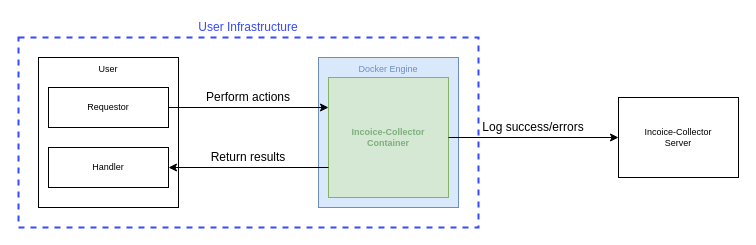
The draw.io diagram docs/docs/sequence_diagram/infra.drawio in invoice-collector/website, before the edit. Source tidied: cells renumbered, new cells numbered last; positions are measured from the earlier drawing's top-left corner, leaving out a move shared by most shapes. Both pictures are drawn from the tidied source at 100%, with x=0, y=0 at pixel (18, 17).
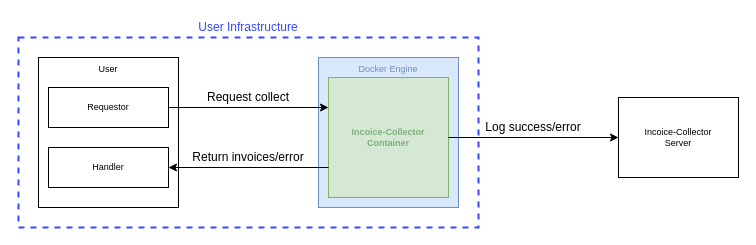
The same page after the edit.

The edit, as a diff of the source:
```diff
@@
 <mxGraphModel>
   <root>
     <mxCell id="0" />
     <mxCell id="1" parent="0" />
     <mxCell id="2" style="whiteSpace=wrap;html=1;fillColor=none;strokeColor=#364AFF;rounded=0;arcSize=8;dashed=1;strokeWidth=2;" parent="1" vertex="1">
       <mxGeometry y="20" width="460" height="190" as="geometry" />
     </mxCell>
     <mxCell id="3" value="User" style="rounded=0;whiteSpace=wrap;html=1;fontSize=9;verticalAlign=top;" parent="1" vertex="1">
       <mxGeometry x="20" y="40" width="140" height="150" as="geometry" />
     </mxCell>
     <mxCell id="4" value="&lt;font style=&quot;&quot; color=&quot;#6c8ebf&quot;&gt;Docker Engine&lt;/font&gt;" style="rounded=0;whiteSpace=wrap;html=1;fontSize=9;fillColor=#dae8fc;strokeColor=#6c8ebf;verticalAlign=top;" parent="1" vertex="1">
       <mxGeometry x="300" y="40" width="140" height="150" as="geometry" />
     </mxCell>
     <mxCell id="5" value="Requestor" style="rounded=0;whiteSpace=wrap;html=1;fontSize=9;" parent="1" vertex="1">
       <mxGeometry x="30" y="70" width="120" height="40" as="geometry" />
     </mxCell>
     <mxCell id="6" value="&lt;font color=&quot;#7db07b&quot;&gt;&lt;b&gt;Incoice-Collector&lt;br style=&quot;border-color: var(--border-color);&quot;&gt;Container&lt;/b&gt;&lt;/font&gt;" style="rounded=0;whiteSpace=wrap;html=1;fontSize=9;fillColor=#d5e8d4;strokeColor=#82b366;verticalAlign=middle;" parent="1" vertex="1">
       <mxGeometry x="310" y="60" width="120" height="120" as="geometry" />
     </mxCell>
     <mxCell id="7" value="Incoice-Collector&lt;br style=&quot;font-size: 9px;&quot;&gt;Server" style="rounded=0;whiteSpace=wrap;html=1;fontSize=9;" parent="1" vertex="1">
       <mxGeometry x="600" y="80" width="120" height="80" as="geometry" />
     </mxCell>
     <mxCell id="8" value="&lt;font&gt;User Infrastructure&lt;/font&gt;" style="text;strokeColor=none;align=center;fillColor=none;html=1;verticalAlign=middle;whiteSpace=wrap;rounded=0;fontColor=#364AFF;" parent="1" vertex="1">
       <mxGeometry x="10" width="440" height="20" as="geometry" />
     </mxCell>
     <mxCell id="9" style="edgeStyle=none;jettySize=auto;html=1;entryX=0;entryY=0.25;entryDx=0;entryDy=0;exitX=1;exitY=0.5;exitDx=0;exitDy=0;" parent="1" edge="1" source="5" target="6">
       <mxGeometry relative="1" as="geometry" />
     </mxCell>
     <mxCell id="10" style="edgeStyle=none;jettySize=auto;html=1;entryX=1;entryY=0.5;entryDx=0;entryDy=0;exitX=0;exitY=0.75;exitDx=0;exitDy=0;" parent="1" edge="1" source="6" target="15">
       <mxGeometry relative="1" as="geometry" />
     </mxCell>
     <mxCell id="11" style="edgeStyle=none;jettySize=auto;html=1;entryX=0;entryY=0.5;entryDx=0;entryDy=0;exitX=1;exitY=0.5;exitDx=0;exitDy=0;" parent="1" edge="1" source="6" target="7">
       <mxGeometry relative="1" as="geometry" />
     </mxCell>
-    <mxCell id="12" value="Perform actions" style="text;strokeColor=none;align=center;fillColor=none;html=1;verticalAlign=middle;whiteSpace=wrap;rounded=0;" parent="1" vertex="1">
+    <mxCell id="12" value="Request collect" style="text;strokeColor=none;align=center;fillColor=none;html=1;verticalAlign=middle;whiteSpace=wrap;rounded=0;" parent="1" vertex="1">
       <mxGeometry x="150" y="70" width="160" height="20" as="geometry" />
     </mxCell>
-    <mxCell id="13" value="Return results" style="text;strokeColor=none;align=center;fillColor=none;html=1;verticalAlign=middle;whiteSpace=wrap;rounded=0;" parent="1" vertex="1">
+    <mxCell id="13" value="Return invoices/error" style="text;strokeColor=none;align=center;fillColor=none;html=1;verticalAlign=middle;whiteSpace=wrap;rounded=0;" parent="1" vertex="1">
       <mxGeometry x="150" y="130" width="160" height="20" as="geometry" />
     </mxCell>
-    <mxCell id="14" value="Log success/errors" style="text;strokeColor=none;align=center;fillColor=none;html=1;verticalAlign=middle;whiteSpace=wrap;rounded=0;" parent="1" vertex="1">
+    <mxCell id="14" value="Log success/error" style="text;strokeColor=none;align=center;fillColor=none;html=1;verticalAlign=middle;whiteSpace=wrap;rounded=0;" parent="1" vertex="1">
       <mxGeometry x="430" y="100" width="170" height="20" as="geometry" />
     </mxCell>
     <mxCell id="15" value="Handler" style="rounded=0;whiteSpace=wrap;html=1;fontSize=9;" parent="1" vertex="1">
       <mxGeometry x="30" y="130" width="120" height="40" as="geometry" />
     </mxCell>
   </root>
 </mxGraphModel>
```
